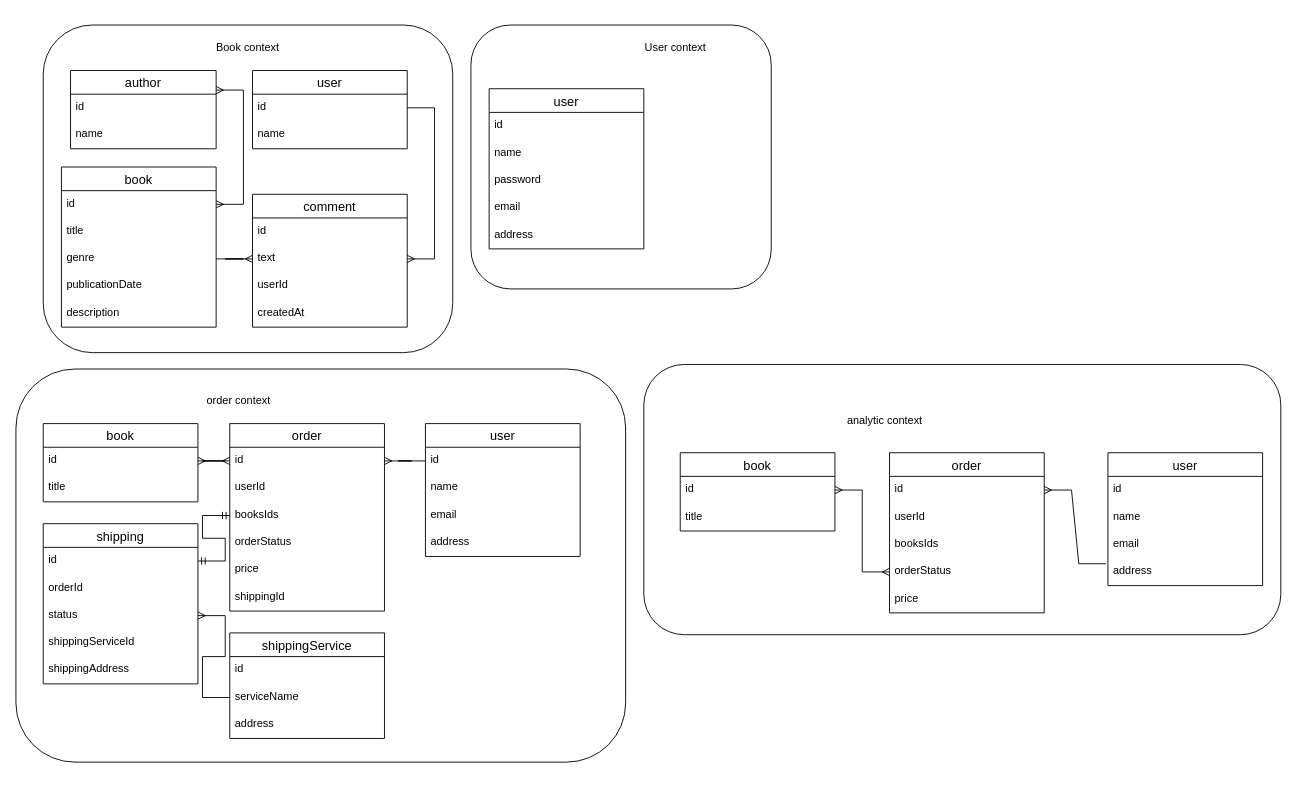
This is hw1/domain-model.drawio from 4thwithme/ms_course, a draw.io file, before an edit. Source tidied: cells renumbered, new cells numbered last; positions are measured from the earlier drawing's top-left corner, leaving out a move shared by most shapes. Both pictures are drawn from the tidied source at 91%, with x=0, y=0 at pixel (15, 25).
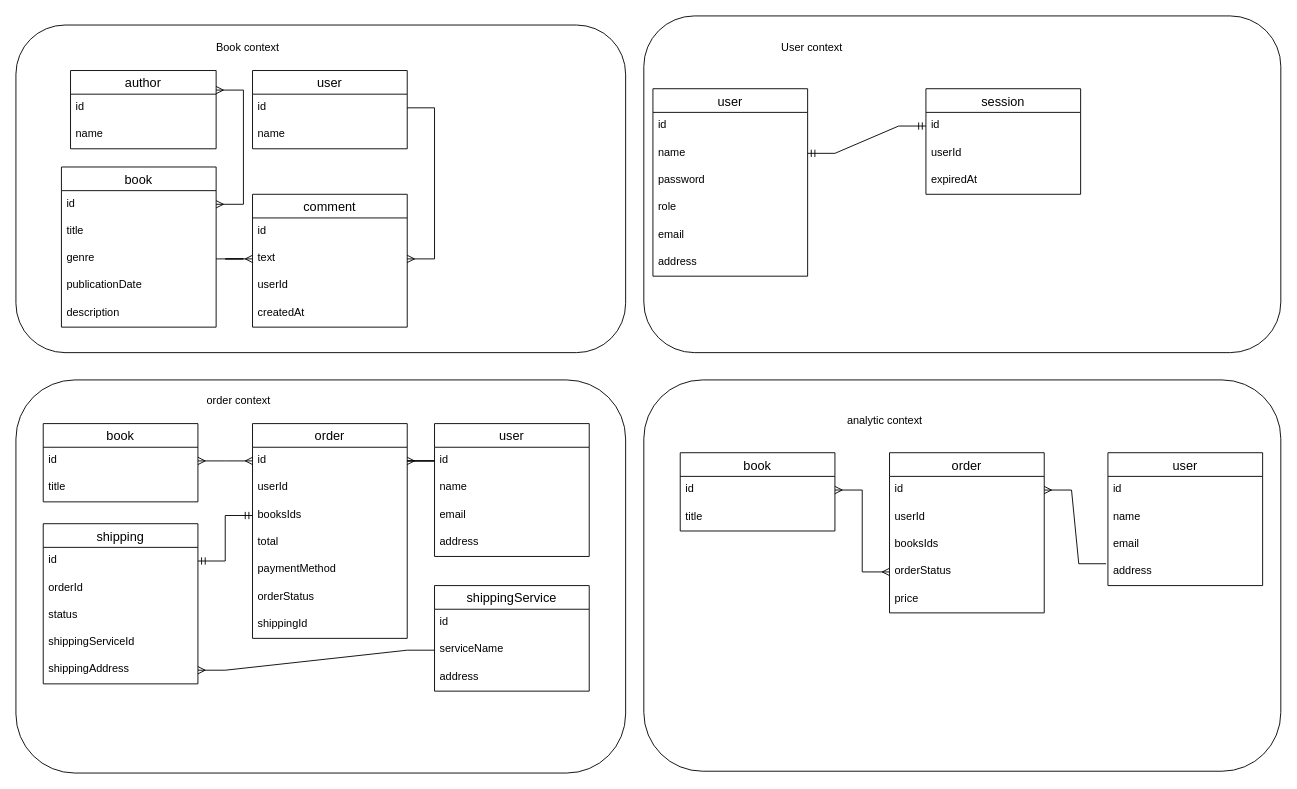
After the change.

The change refers to these unchanged cells:
```xml
<mxCell id="29" value="status" style="text;strokeColor=none;fillColor=none;spacingLeft=4;spacingRight=4;overflow=hidden;points=[[0,0.5],[1,0.5]];portConstraint=eastwest;fontSize=12;" parent="26" vertex="1">
  <mxGeometry y="86" width="170" height="30" as="geometry" />
</mxCell>
<mxCell id="31" value="shippingAddress" style="text;strokeColor=none;fillColor=none;spacingLeft=4;spacingRight=4;overflow=hidden;points=[[0,0.5],[1,0.5]];portConstraint=eastwest;fontSize=12;" parent="26" vertex="1">
  <mxGeometry y="146" width="170" height="30" as="geometry" />
</mxCell>
<mxCell id="35" value="serviceName" style="text;strokeColor=none;fillColor=none;spacingLeft=4;spacingRight=4;overflow=hidden;points=[[0,0.5],[1,0.5]];portConstraint=eastwest;fontSize=12;" parent="33" vertex="1">
  <mxGeometry y="56" width="170" height="30" as="geometry" />
</mxCell>
<mxCell id="52" value="name" style="text;strokeColor=none;fillColor=none;spacingLeft=4;spacingRight=4;overflow=hidden;points=[[0,0.5],[1,0.5]];portConstraint=eastwest;fontSize=12;" parent="50" vertex="1">
  <mxGeometry y="56" width="170" height="30" as="geometry" />
</mxCell>
```

Change to the diagram source:
```diff
@@
     <mxCell id="13" value="user" style="swimlane;fontStyle=0;horizontal=1;startSize=26;align=center;fontSize=14;" parent="1" vertex="1">
-      <mxGeometry x="450" y="438" width="170" height="146" as="geometry" />
+      <mxGeometry x="460" y="438" width="170" height="146" as="geometry" />
     </mxCell>
@@
     <mxCell id="18" value="order" style="swimlane;fontStyle=0;horizontal=1;startSize=26;align=center;fontSize=14;" parent="1" vertex="1">
-      <mxGeometry x="235" y="438" width="170" height="206" as="geometry" />
+      <mxGeometry x="260" y="438" width="170" height="236" as="geometry" />
     </mxCell>
@@
+    <mxCell id="81" value="total" style="text;strokeColor=none;fillColor=none;spacingLeft=4;spacingRight=4;overflow=hidden;fontSize=12;" parent="18" vertex="1">
+      <mxGeometry y="116" width="170" height="30" as="geometry" />
+    </mxCell>
+    <mxCell id="23" value="paymentMethod" style="text;strokeColor=none;fillColor=none;spacingLeft=4;spacingRight=4;overflow=hidden;fontSize=12;" parent="18" vertex="1">
+      <mxGeometry y="146" width="170" height="30" as="geometry" />
+    </mxCell>
     <mxCell id="22" value="orderStatus" style="text;strokeColor=none;fillColor=none;spacingLeft=4;spacingRight=4;overflow=hidden;fontSize=12;" parent="18" vertex="1">
-      <mxGeometry y="116" width="170" height="30" as="geometry" />
+      <mxGeometry y="176" width="170" height="30" as="geometry" />
     </mxCell>
-    <mxCell id="23" value="price" style="text;strokeColor=none;fillColor=none;spacingLeft=4;spacingRight=4;overflow=hidden;fontSize=12;" parent="18" vertex="1">
-      <mxGeometry y="146" width="170" height="30" as="geometry" />
-    </mxCell>
     <mxCell id="24" value="shippingId" style="text;strokeColor=none;fillColor=none;spacingLeft=4;spacingRight=4;overflow=hidden;fontSize=12;" parent="18" vertex="1">
-      <mxGeometry y="176" width="170" height="30" as="geometry" />
+      <mxGeometry y="206" width="170" height="30" as="geometry" />
     </mxCell>
@@
     <mxCell id="33" value="shippingService" style="swimlane;fontStyle=0;horizontal=1;startSize=26;align=center;fontSize=14;" parent="1" vertex="1">
-      <mxGeometry x="235" y="668" width="170" height="116" as="geometry" />
+      <mxGeometry x="460" y="616" width="170" height="116" as="geometry" />
     </mxCell>
@@
-    <mxCell id="37" style="edgeStyle=entityRelationEdgeStyle;fontSize=12;html=1;endArrow=ERmany;rounded=0;exitX=0;exitY=0.5;exitDx=0;exitDy=0;entryX=1;entryY=0.5;entryDx=0;entryDy=0;" parent="1" edge="1" source="35" target="29">
+    <mxCell id="37" style="edgeStyle=entityRelationEdgeStyle;fontSize=12;html=1;endArrow=ERmany;rounded=0;exitX=0;exitY=0.5;exitDx=0;exitDy=0;entryX=1;entryY=0.5;entryDx=0;entryDy=0;" parent="1" edge="1" source="35" target="31">
       <mxGeometry relative="1" as="geometry" />
     </mxCell>
@@
     <mxCell id="39" value="User context" style="text;html=1;strokeColor=none;fillColor=none;align=center;verticalAlign=middle;whiteSpace=wrap;rounded=0;" parent="1" vertex="1">
-      <mxGeometry x="660" y="10" width="130" height="30" as="geometry" />
+      <mxGeometry x="810" y="10" width="130" height="30" as="geometry" />
     </mxCell>
@@
     <mxCell id="50" value="user" style="swimlane;fontStyle=0;horizontal=1;startSize=26;align=center;fontSize=14;" parent="1" vertex="1">
-      <mxGeometry x="520" y="70" width="170" height="176" as="geometry" />
+      <mxGeometry x="700" y="70" width="170" height="206" as="geometry" />
     </mxCell>
@@
+    <mxCell id="82" value="role" style="text;strokeColor=none;fillColor=none;spacingLeft=4;spacingRight=4;overflow=hidden;fontSize=12;" parent="50" vertex="1">
+      <mxGeometry y="116" width="170" height="30" as="geometry" />
+    </mxCell>
     <mxCell id="54" value="email" style="text;strokeColor=none;fillColor=none;spacingLeft=4;spacingRight=4;overflow=hidden;fontSize=12;" parent="50" vertex="1">
-      <mxGeometry y="116" width="170" height="30" as="geometry" />
+      <mxGeometry y="146" width="170" height="30" as="geometry" />
     </mxCell>
     <mxCell id="55" value="address" style="text;strokeColor=none;fillColor=none;spacingLeft=4;spacingRight=4;overflow=hidden;fontSize=12;" parent="50" vertex="1">
-      <mxGeometry y="146" width="170" height="30" as="geometry" />
+      <mxGeometry y="176" width="170" height="30" as="geometry" />
     </mxCell>
@@
     <mxCell id="60" style="rounded=1;whiteSpace=wrap;html=1;fillColor=none;" parent="1" vertex="1">
-      <mxGeometry x="500" width="330" height="290" as="geometry" />
+      <mxGeometry x="690" y="-10" width="700" height="370" as="geometry" />
     </mxCell>
     <mxCell id="61" style="rounded=1;whiteSpace=wrap;html=1;fillColor=none;" parent="1" vertex="1">
-      <mxGeometry x="30" width="450" height="360" as="geometry" />
+      <mxGeometry width="670" height="360" as="geometry" />
     </mxCell>
     <mxCell id="62" style="rounded=1;whiteSpace=wrap;html=1;fillColor=none;" parent="1" vertex="1">
-      <mxGeometry y="378" width="670" height="432" as="geometry" />
+      <mxGeometry y="390" width="670" height="432" as="geometry" />
     </mxCell>
@@
     <mxCell id="80" style="rounded=1;whiteSpace=wrap;html=1;fillColor=none;" parent="1" vertex="1">
-      <mxGeometry x="690" y="373" width="700" height="297" as="geometry" />
+      <mxGeometry x="690" y="390" width="700" height="430" as="geometry" />
     </mxCell>
+    <mxCell id="83" value="session" style="swimlane;fontStyle=0;horizontal=1;startSize=26;align=center;fontSize=14;" parent="1" vertex="1">
+      <mxGeometry x="1000" y="70" width="170" height="116" as="geometry" />
+    </mxCell>
+    <mxCell id="84" value="id" style="text;strokeColor=none;fillColor=none;spacingLeft=4;spacingRight=4;overflow=hidden;points=[[0,0.5],[1,0.5]];portConstraint=eastwest;fontSize=12;" parent="83" vertex="1">
+      <mxGeometry y="26" width="170" height="30" as="geometry" />
+    </mxCell>
+    <mxCell id="85" value="userId" style="text;strokeColor=none;fillColor=none;spacingLeft=4;spacingRight=4;overflow=hidden;fontSize=12;" parent="83" vertex="1">
+      <mxGeometry y="56" width="170" height="30" as="geometry" />
+    </mxCell>
+    <mxCell id="86" value="expiredAt" style="text;strokeColor=none;fillColor=none;spacingLeft=4;spacingRight=4;overflow=hidden;fontSize=12;" parent="83" vertex="1">
+      <mxGeometry y="86" width="170" height="30" as="geometry" />
+    </mxCell>
+    <mxCell id="87" style="edgeStyle=entityRelationEdgeStyle;fontSize=12;html=1;endArrow=ERmandOne;startArrow=ERmandOne;rounded=0;entryX=0;entryY=0.5;entryDx=0;entryDy=0;exitX=1;exitY=0.5;exitDx=0;exitDy=0;" parent="1" edge="1" source="52" target="84">
+      <mxGeometry relative="1" as="geometry" />
+    </mxCell>
```
